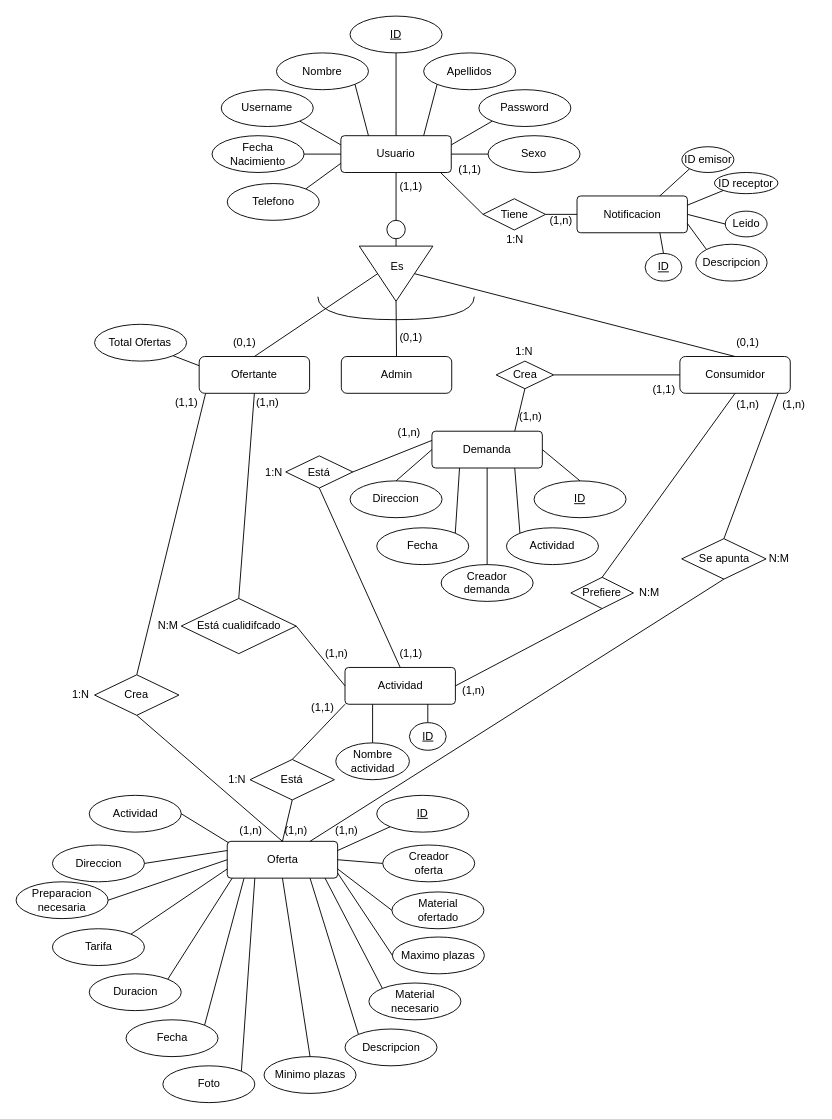
Before: Docs/ER.drawio in jospinred/proyecto-integrado, a draw.io diagram. Source tidied: cells renumbered, new cells numbered last; positions are measured from the earlier drawing's top-left corner, leaving out a move shared by most shapes. Both pictures are drawn from the tidied source at 92%, with x=0, y=0 at pixel (16, 16).
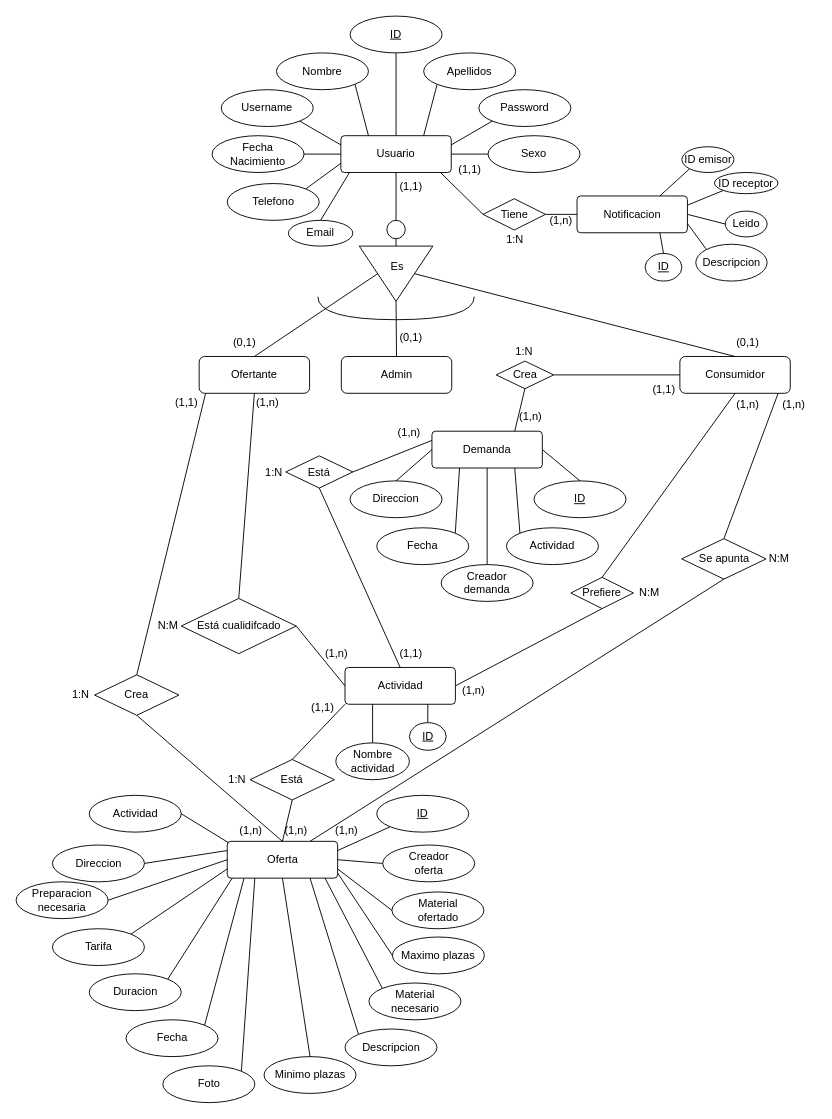
Above is the later version.

Unchanged cells that the change refers to:
```xml
<mxCell id="2" value="Usuario" style="rounded=1;arcSize=10;whiteSpace=wrap;html=1;align=center;" parent="1" vertex="1">
  <mxGeometry x="353" y="130" width="120" height="40" as="geometry" />
</mxCell>
<mxCell id="7" value="Ofertante" style="rounded=1;whiteSpace=wrap;html=1;" parent="1" vertex="1">
  <mxGeometry x="199" y="370" width="120" height="40" as="geometry" />
</mxCell>
```

The edit, as a diff of the source:
```diff
@@
-    <mxCell id="137" value="Total Ofertas" style="ellipse;whiteSpace=wrap;html=1;align=center;" parent="1" vertex="1">
-      <mxGeometry x="85.3" y="335" width="100" height="40" as="geometry" />
-    </mxCell>
-    <mxCell id="138" style="endArrow=none;html=1;rounded=0;exitX=0;exitY=0.25;exitDx=0;exitDy=0;entryX=1;entryY=1;entryDx=0;entryDy=0;" parent="1" edge="1" source="7" target="137">
-      <mxGeometry relative="1" as="geometry" />
-    </mxCell>
@@
+    <mxCell id="141" value="Email" style="ellipse;whiteSpace=wrap;html=1;align=center;" parent="1" vertex="1">
+      <mxGeometry x="296" y="222" width="70" height="28" as="geometry" />
+    </mxCell>
+    <mxCell id="142" style="endArrow=none;html=1;rounded=0;exitX=0.078;exitY=1.002;exitDx=0;exitDy=0;entryX=0.5;entryY=0;entryDx=0;entryDy=0;exitPerimeter=0;" parent="1" edge="1" source="2" target="141">
+      <mxGeometry relative="1" as="geometry" />
+    </mxCell>
```
